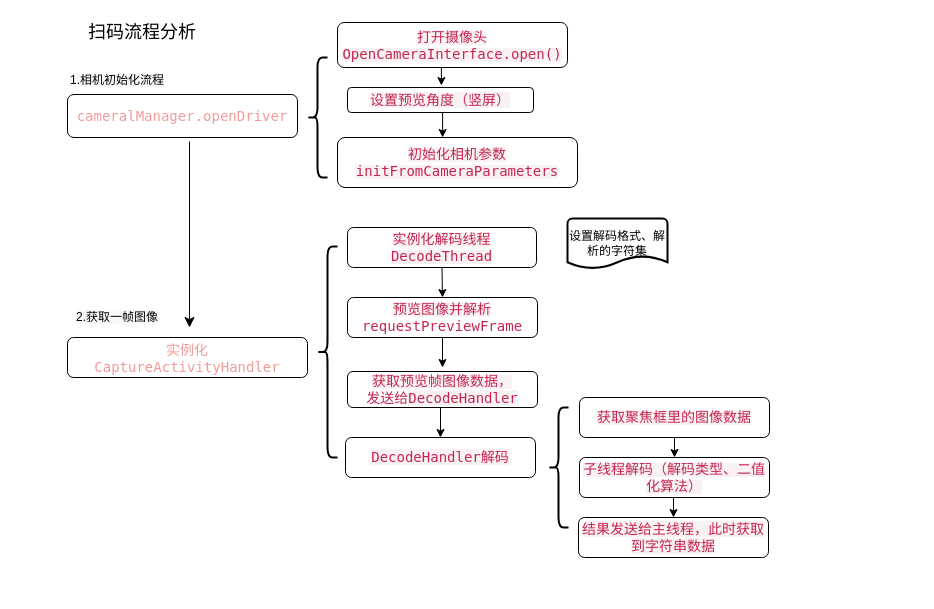
Earlier version of the draw.io diagram scan.drawio (458556778/zp). Source tidied: cells renumbered, new cells numbered last; positions are measured from the earlier drawing's top-left corner, leaving out a move shared by most shapes. Both pictures are drawn from the tidied source at 100%, with x=0, y=0 at pixel (17, 17).
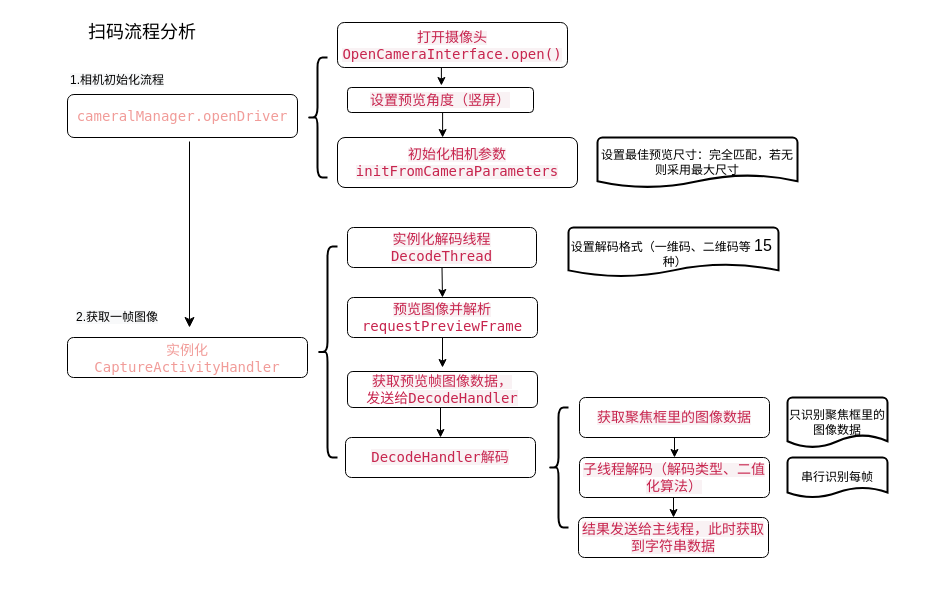
Above is the later version.

Change to the diagram source:
```diff
@@
-    <mxCell id="13" value="设置解码格式、解析的字符集&lt;br&gt;" style="strokeWidth=2;html=1;shape=mxgraph.flowchart.document2;whiteSpace=wrap;size=0.25;" parent="1" vertex="1">
-      <mxGeometry x="550" y="201" width="100" height="50" as="geometry" />
+    <mxCell id="13" value="设置解码格式（一维码、二维码等 &lt;font face=&quot;等线&quot;&gt;&lt;span style=&quot;font-size: 16px&quot;&gt;15&lt;/span&gt;&lt;/font&gt;&amp;nbsp; &amp;nbsp;种）" style="strokeWidth=2;html=1;shape=mxgraph.flowchart.document2;whiteSpace=wrap;size=0.25;" parent="1" vertex="1">
+      <mxGeometry x="551" y="210" width="210" height="49" as="geometry" />
     </mxCell>
@@
     <mxCell id="29" value="&amp;nbsp; &amp;nbsp;&amp;nbsp;" style="text;html=1;strokeColor=none;fillColor=none;align=center;verticalAlign=middle;whiteSpace=wrap;rounded=0;labelBackgroundColor=#ffffff;" parent="1" vertex="1">
-      <mxGeometry x="780" y="510" width="40" height="20" as="geometry" />
+      <mxGeometry x="860" y="540" width="40" height="20" as="geometry" />
     </mxCell>
@@
+    <mxCell id="32" value="设置最佳预览尺寸：完全匹配，若无则采用最大尺寸" style="strokeWidth=2;html=1;shape=mxgraph.flowchart.document2;whiteSpace=wrap;size=0.25;" parent="1" vertex="1">
+      <mxGeometry x="580" y="120" width="200" height="50" as="geometry" />
+    </mxCell>
+    <mxCell id="33" value="只识别聚焦框里的图像数据" style="strokeWidth=2;html=1;shape=mxgraph.flowchart.document2;whiteSpace=wrap;size=0.25;" parent="1" vertex="1">
+      <mxGeometry x="770" y="380" width="100" height="50" as="geometry" />
+    </mxCell>
+    <mxCell id="34" value="串行识别每帧" style="strokeWidth=2;html=1;shape=mxgraph.flowchart.document2;whiteSpace=wrap;size=0.25;" parent="1" vertex="1">
+      <mxGeometry x="770" y="440" width="100" height="40" as="geometry" />
+    </mxCell>
```
